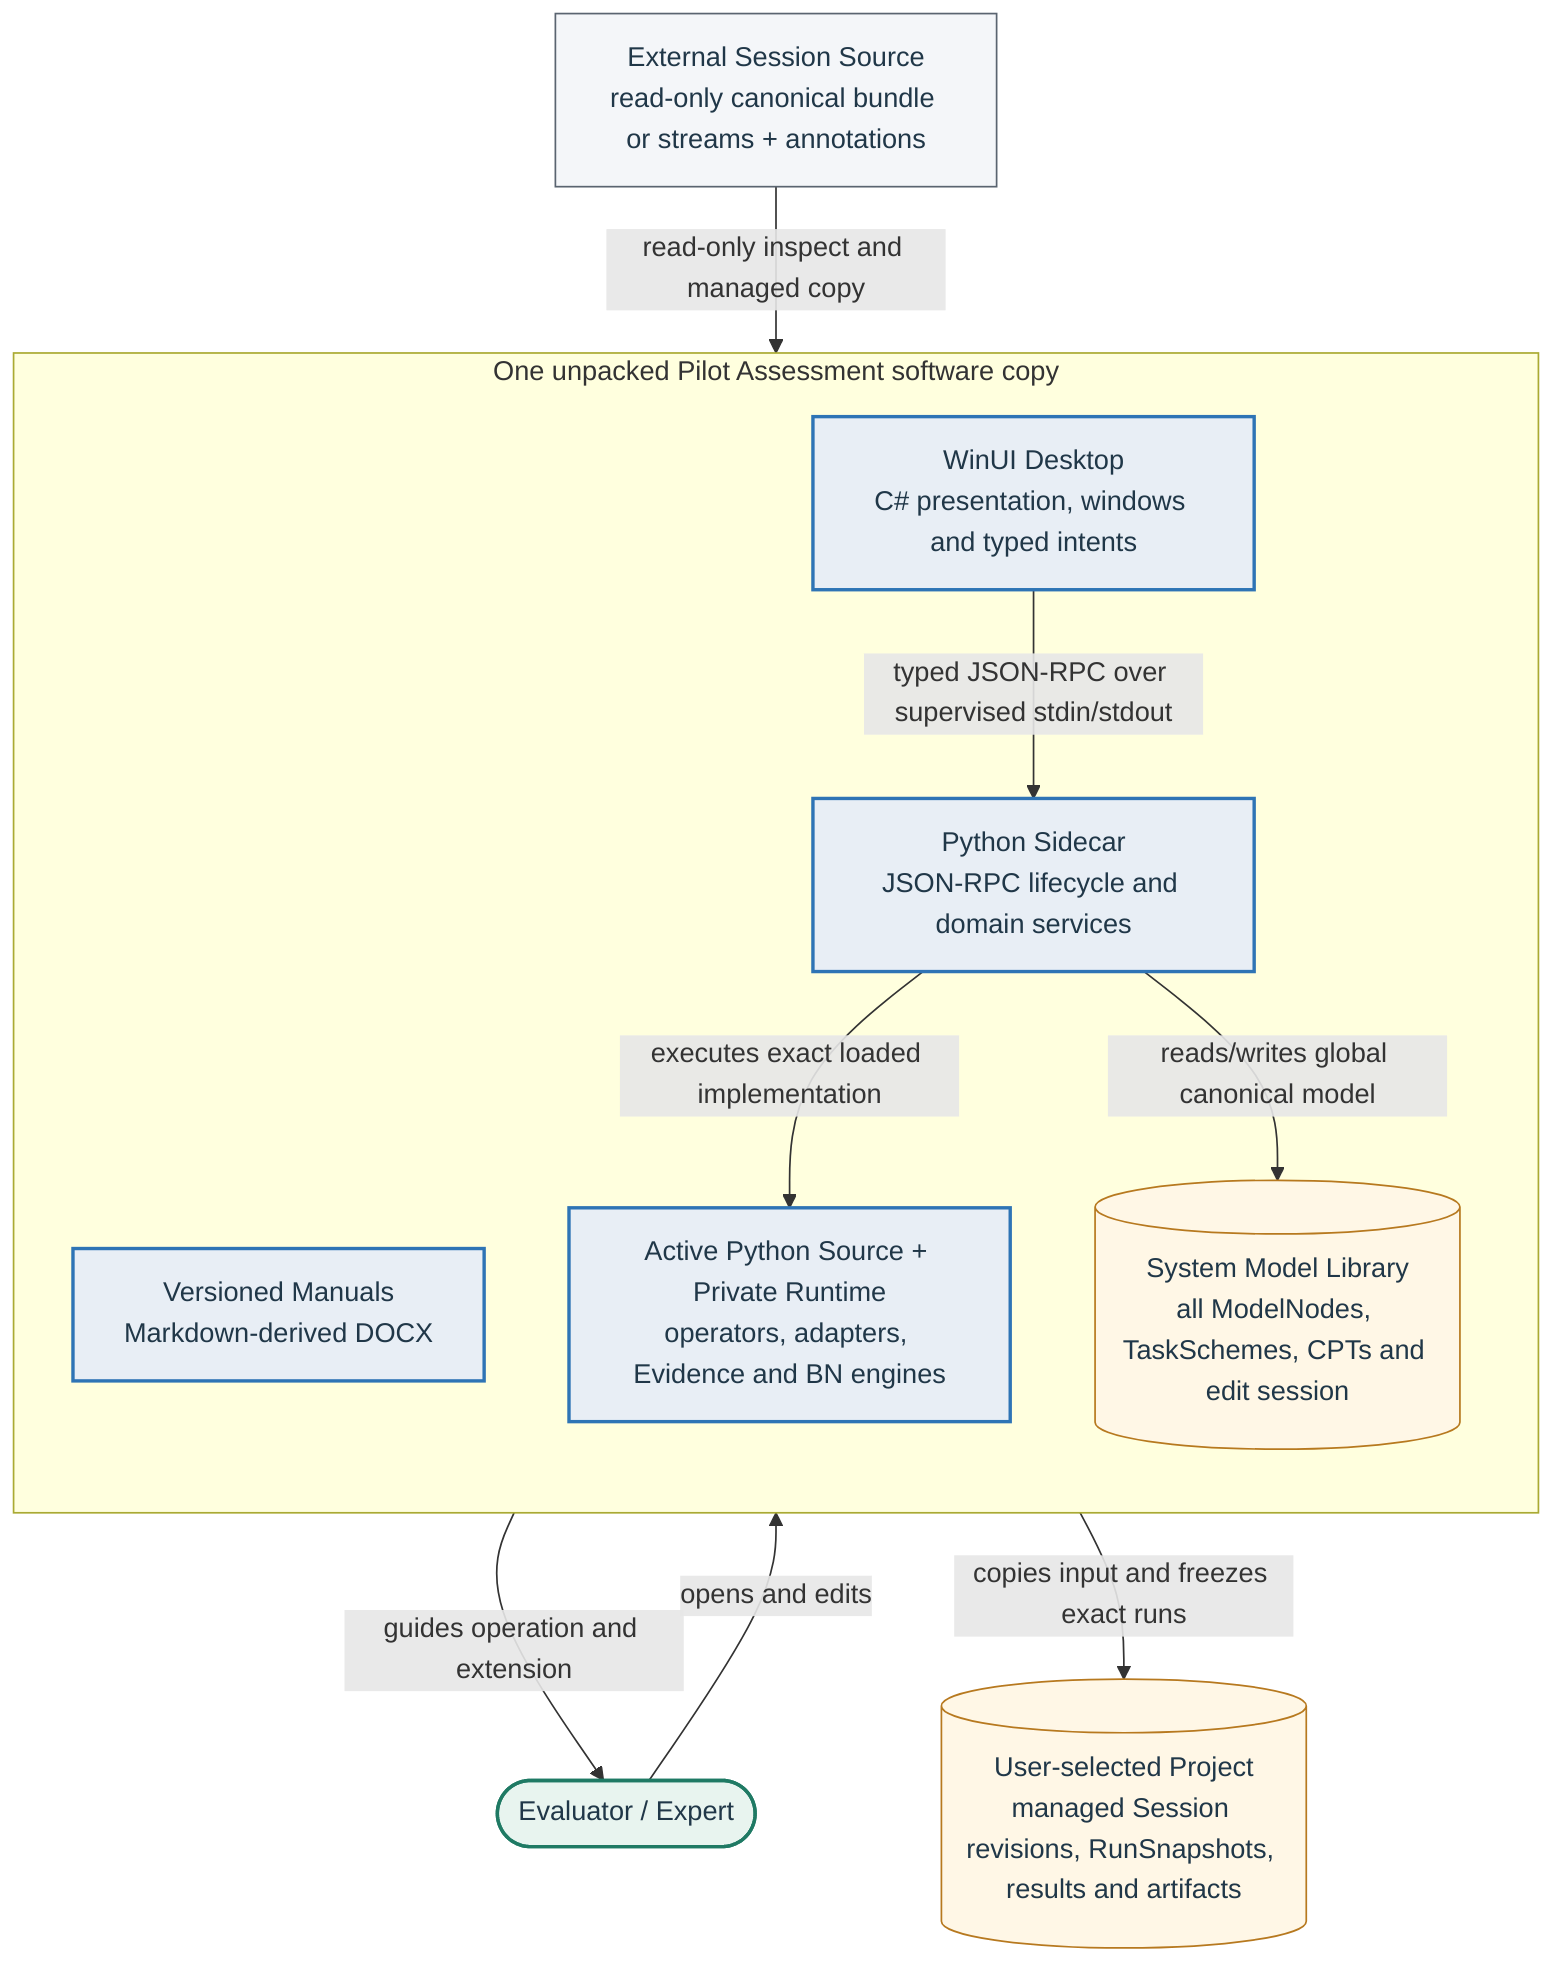
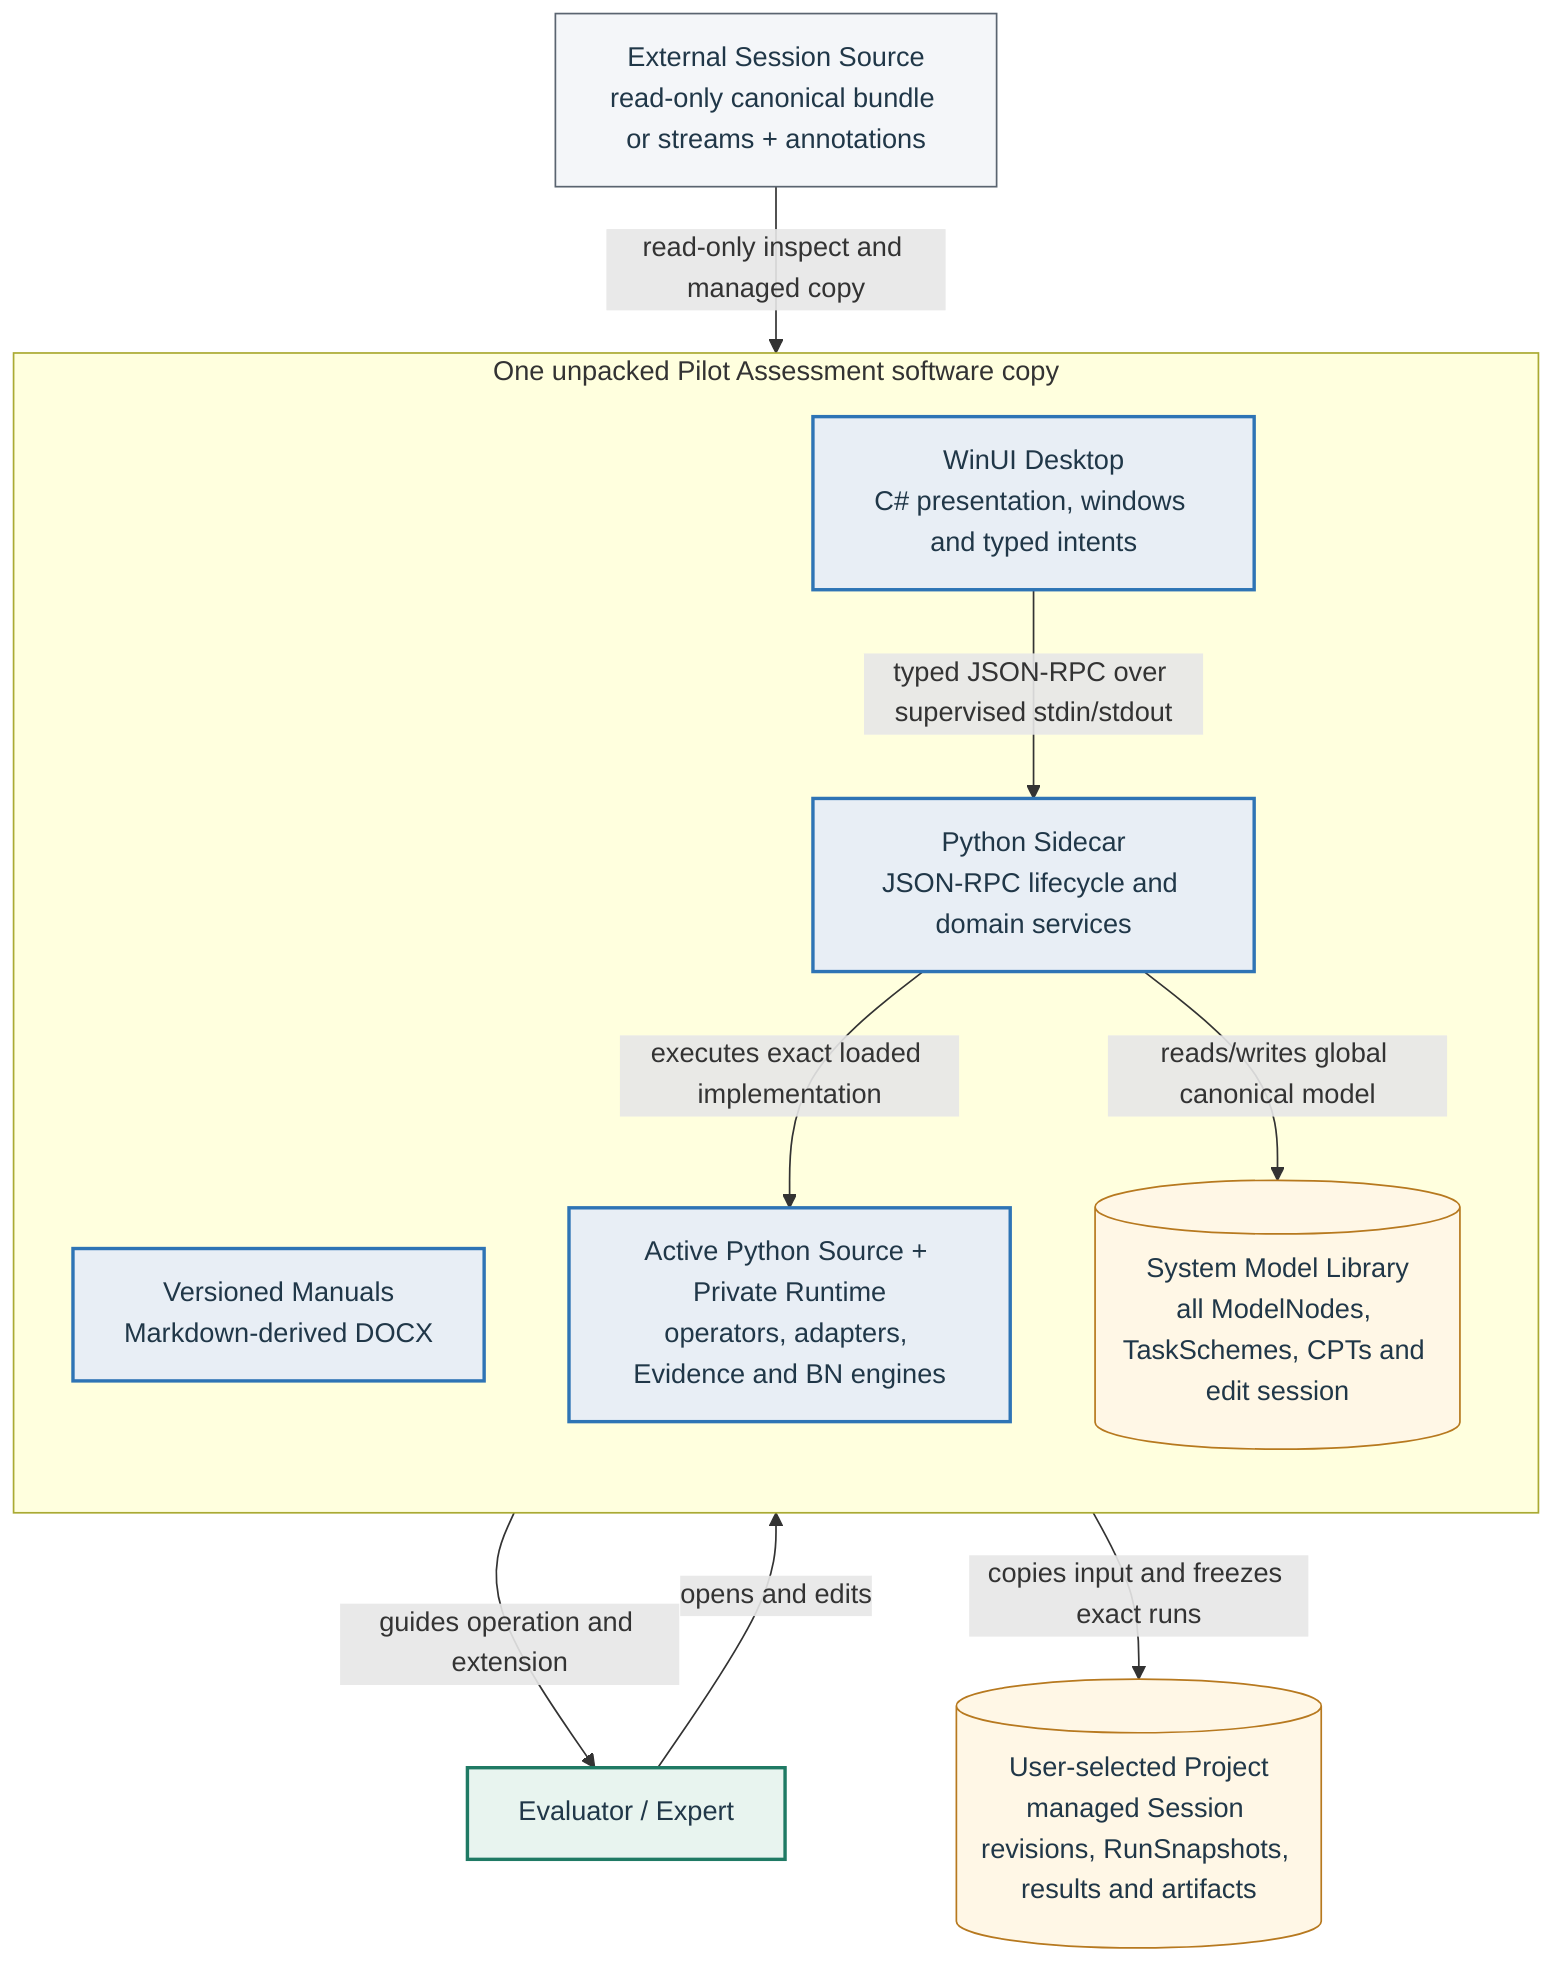
flowchart TB
-     user(["Evaluator / Expert"])
+     user["Evaluator / Expert"]
    raw["External Session Source\nread-only canonical bundle or streams + annotations"]
    project[("User-selected Project\nmanaged Session revisions, RunSnapshots, results and artifacts")]

    subgraph copy["One unpacked Pilot Assessment software copy"]
        direction TB
        manuals["Versioned Manuals\nMarkdown-derived DOCX"]
        ui["WinUI Desktop\nC# presentation, windows and typed intents"]
        sidecar["Python Sidecar\nJSON-RPC lifecycle and domain services"]
        source["Active Python Source + Private Runtime\noperators, adapters, Evidence and BN engines"]
        model[("System Model Library\nall ModelNodes, TaskSchemes, CPTs and edit session")]

        ui -->|"typed JSON-RPC over supervised stdin/stdout"| sidecar
        sidecar -->|"executes exact loaded implementation"| source
        sidecar -->|"reads/writes global canonical model"| model
    end

    manuals -->|"guides operation and extension"| user
    user -->|"opens and edits"| ui
    raw -->|"read-only inspect and managed copy"| sidecar
    sidecar -->|"copies input and freezes exact runs"| project

    classDef person fill:#E8F4EF,stroke:#1F7A64,color:#203748,stroke-width:2px;
    classDef app fill:#E8EEF5,stroke:#2E74B5,color:#203748,stroke-width:2px;
    classDef store fill:#FFF7E6,stroke:#B7791F,color:#203748;
    classDef external fill:#F4F6F9,stroke:#5A6470,color:#203748;
    class user person;
    class ui,sidecar,source,manuals app;
    class model,project store;
    class raw external;
